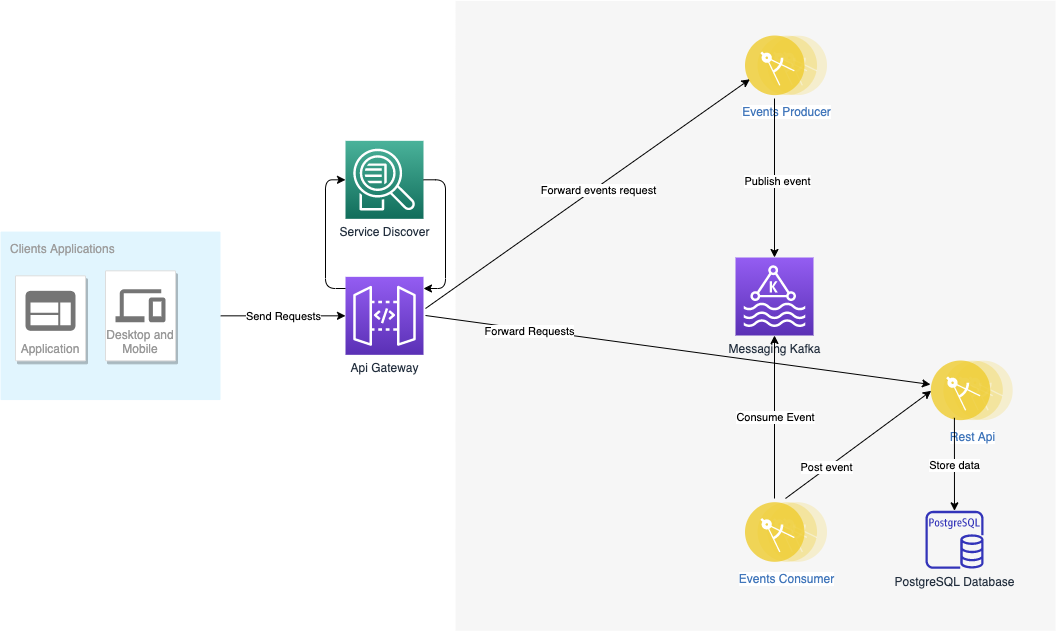
The draw.io diagram A-To-Be-LPR-Solution.png in ergildo/LPR-A-to-Be, before a commit. Source tidied: cells renumbered, new cells last; positions are measured from the earlier drawing's top-left corner, leaving out a move shared by most shapes. The source it was exported from:
```xml
<mxGraphModel background="#ffffff">
  <root>
    <mxCell id="0" />
    <mxCell id="1" parent="0" />
    <mxCell id="2" style="fillColor=#F6F6F6;strokeColor=none;shadow=0;gradientColor=none;fontSize=14;align=left;spacing=10;fontColor=#717171;9E9E9E;verticalAlign=top;spacingTop=-4;fontStyle=0;spacingLeft=40;html=1;" parent="1" vertex="1">
      <mxGeometry x="455" y="0.3" width="600" height="630" as="geometry" />
    </mxCell>
    <mxCell id="3" value="Events Consumer" style="perimeter=ellipsePerimeter;html=1;align=center;shadow=0;dashed=0;fontColor=#4277BB;labelBackgroundColor=#ffffff;fontSize=12;spacingTop=3;image;image=img/lib/ibm/applications/microservice.svg;" parent="2" vertex="1">
      <mxGeometry x="290" y="501.7" width="82.2" height="60" as="geometry" />
    </mxCell>
    <mxCell id="4" value="Messaging Kafka" style="points=[[0,0,0],[0.25,0,0],[0.5,0,0],[0.75,0,0],[1,0,0],[0,1,0],[0.25,1,0],[0.5,1,0],[0.75,1,0],[1,1,0],[0,0.25,0],[0,0.5,0],[0,0.75,0],[1,0.25,0],[1,0.5,0],[1,0.75,0]];outlineConnect=0;fontColor=#232F3E;gradientColor=#945DF2;gradientDirection=north;fillColor=#5A30B5;strokeColor=#ffffff;dashed=0;verticalLabelPosition=bottom;verticalAlign=top;align=center;html=1;fontSize=12;fontStyle=0;shape=mxgraph.aws4.resourceIcon;resIcon=mxgraph.aws4.managed_streaming_for_kafka;" parent="2" vertex="1">
      <mxGeometry x="280" y="256.7" width="78" height="78" as="geometry" />
    </mxCell>
    <mxCell id="5" value="Rest Api" style="perimeter=ellipsePerimeter;html=1;align=center;shadow=0;dashed=0;fontColor=#4277BB;labelBackgroundColor=#ffffff;fontSize=12;spacingTop=3;image;image=img/lib/ibm/applications/microservice.svg;" parent="2" vertex="1">
      <mxGeometry x="475.8" y="360" width="82.2" height="60" as="geometry" />
    </mxCell>
    <mxCell id="6" value="Events Producer" style="perimeter=ellipsePerimeter;html=1;align=center;shadow=0;dashed=0;fontColor=#4277BB;labelBackgroundColor=#ffffff;fontSize=12;spacingTop=3;image;image=img/lib/ibm/applications/microservice.svg;" parent="2" vertex="1">
      <mxGeometry x="290" y="35" width="82.2" height="60" as="geometry" />
    </mxCell>
    <mxCell id="7" style="endArrow=classic;html=1;entryX=0;entryY=0.75;entryDx=0;entryDy=0;" parent="2" edge="1" target="6">
      <mxGeometry relative="1" as="geometry">
        <mxPoint x="-30" y="307.7" as="sourcePoint" />
      </mxGeometry>
    </mxCell>
    <mxCell id="8" value="Forward events request" style="edgeLabel;html=1;align=center;verticalAlign=middle;" parent="7" vertex="1">
      <mxGeometry x="0.05" y="-3" relative="1" as="geometry" />
    </mxCell>
    <mxCell id="9" style="endArrow=classic;html=1;" parent="2" edge="1" target="4">
      <mxGeometry relative="1" as="geometry">
        <mxPoint x="319" y="97.7" as="sourcePoint" />
      </mxGeometry>
    </mxCell>
    <mxCell id="10" value="Publish event" style="edgeLabel;html=1;align=center;verticalAlign=middle;" parent="9" vertex="1">
      <mxGeometry x="0.04" y="2" relative="1" as="geometry" />
    </mxCell>
    <mxCell id="11" style="endArrow=classic;html=1;" parent="2" edge="1" target="4">
      <mxGeometry relative="1" as="geometry">
        <mxPoint x="319" y="497.7" as="sourcePoint" />
      </mxGeometry>
    </mxCell>
    <mxCell id="12" value="Consume Event" style="edgeLabel;html=1;align=center;verticalAlign=middle;" parent="11" vertex="1">
      <mxGeometry relative="1" as="geometry" />
    </mxCell>
    <mxCell id="13" style="endArrow=classic;html=1;entryX=0;entryY=0.5;entryDx=0;entryDy=0;" parent="2" edge="1" target="5">
      <mxGeometry relative="1" as="geometry">
        <mxPoint x="330" y="497.7" as="sourcePoint" />
      </mxGeometry>
    </mxCell>
    <mxCell id="14" value="Post event" style="edgeLabel;html=1;align=center;verticalAlign=middle;" parent="13" vertex="1">
      <mxGeometry x="-0.44" y="1" relative="1" as="geometry" />
    </mxCell>
    <mxCell id="15" value="PostgreSQL Database" style="outlineConnect=0;fontColor=#232F3E;gradientColor=none;fillColor=#3334B9;strokeColor=none;dashed=0;verticalLabelPosition=bottom;verticalAlign=top;align=center;html=1;fontSize=12;fontStyle=0;shape=mxgraph.aws4.rds_postgresql_instance;" parent="2" vertex="1">
      <mxGeometry x="470" y="510" width="58" height="58" as="geometry" />
    </mxCell>
    <mxCell id="16" style="endArrow=classic;html=1;exitX=0.25;exitY=1;exitDx=0;exitDy=0;" parent="2" edge="1" source="5" target="15">
      <mxGeometry relative="1" as="geometry" />
    </mxCell>
    <mxCell id="17" value="Store data" style="edgeLabel;html=1;align=center;verticalAlign=middle;" parent="16" vertex="1">
      <mxGeometry relative="1" as="geometry" />
    </mxCell>
    <mxCell id="18" value="Clients Applications" style="rounded=1;absoluteArcSize=1;arcSize=2;html=1;strokeColor=none;gradientColor=none;shadow=0;dashed=0;fontSize=12;fontColor=#9E9E9E;align=left;verticalAlign=top;spacing=10;spacingTop=-4;fillColor=#E1F5FE;" parent="1" vertex="1">
      <mxGeometry y="231.1" width="220" height="168.5" as="geometry" />
    </mxCell>
    <mxCell id="19" style="endArrow=classic;html=1;" parent="1" edge="1" source="18" target="25">
      <mxGeometry relative="1" as="geometry" />
    </mxCell>
    <mxCell id="20" value="Send Requests" style="edgeLabel;html=1;align=center;verticalAlign=middle;" parent="19" vertex="1">
      <mxGeometry relative="1" as="geometry" />
    </mxCell>
    <mxCell id="21" value="Application" style="strokeColor=#dddddd;shadow=1;strokeWidth=1;rounded=1;absoluteArcSize=1;arcSize=2;labelPosition=center;verticalLabelPosition=middle;align=center;verticalAlign=bottom;spacingLeft=0;fontColor=#999999;fontSize=12;whiteSpace=wrap;spacingBottom=2;" parent="1" vertex="1">
      <mxGeometry x="15" y="275.3" width="70" height="85" as="geometry" />
    </mxCell>
    <mxCell id="22" style="dashed=0;html=1;fillColor=#757575;strokeColor=none;shape=mxgraph.gcp2.application;" parent="21" vertex="1">
      <mxGeometry x="0.5" width="50" height="40" relative="1" as="geometry">
        <mxPoint x="-25" y="15" as="offset" />
      </mxGeometry>
    </mxCell>
    <mxCell id="23" value="Desktop and Mobile" style="strokeColor=#dddddd;shadow=1;strokeWidth=1;rounded=1;absoluteArcSize=1;arcSize=2;labelPosition=center;verticalLabelPosition=middle;align=center;verticalAlign=bottom;spacingLeft=0;fontColor=#999999;fontSize=12;whiteSpace=wrap;spacingBottom=2;" parent="1" vertex="1">
      <mxGeometry x="105" y="270.3" width="70" height="90" as="geometry" />
    </mxCell>
    <mxCell id="24" style="dashed=0;html=1;fillColor=#757575;strokeColor=none;shape=mxgraph.gcp2.desktop_and_mobile;" parent="23" vertex="1">
      <mxGeometry x="0.5" width="50" height="33" relative="1" as="geometry">
        <mxPoint x="-25" y="18.5" as="offset" />
      </mxGeometry>
    </mxCell>
    <mxCell id="25" value="Api Gateway" style="points=[[0,0,0],[0.25,0,0],[0.5,0,0],[0.75,0,0],[1,0,0],[0,1,0],[0.25,1,0],[0.5,1,0],[0.75,1,0],[1,1,0],[0,0.25,0],[0,0.5,0],[0,0.75,0],[1,0.25,0],[1,0.5,0],[1,0.75,0]];outlineConnect=0;fontColor=#232F3E;gradientColor=#945DF2;gradientDirection=north;fillColor=#5A30B5;strokeColor=#ffffff;dashed=0;verticalLabelPosition=bottom;verticalAlign=top;align=center;html=1;fontSize=12;fontStyle=0;shape=mxgraph.aws4.resourceIcon;resIcon=mxgraph.aws4.api_gateway;" parent="1" vertex="1">
      <mxGeometry x="345" y="276.3" width="78" height="78" as="geometry" />
    </mxCell>
    <mxCell id="26" value="Service Discover" style="points=[[0,0,0],[0.25,0,0],[0.5,0,0],[0.75,0,0],[1,0,0],[0,1,0],[0.25,1,0],[0.5,1,0],[0.75,1,0],[1,1,0],[0,0.25,0],[0,0.5,0],[0,0.75,0],[1,0.25,0],[1,0.5,0],[1,0.75,0]];outlineConnect=0;fontColor=#232F3E;gradientColor=#4AB29A;gradientDirection=north;fillColor=#116D5B;strokeColor=#ffffff;dashed=0;verticalLabelPosition=bottom;verticalAlign=top;align=center;html=1;fontSize=12;fontStyle=0;shape=mxgraph.aws4.resourceIcon;resIcon=mxgraph.aws4.application_discovery_service;" parent="1" vertex="1">
      <mxGeometry x="345" y="140.3" width="78" height="78" as="geometry" />
    </mxCell>
    <mxCell id="27" style="edgeStyle=segmentEdgeStyle;endArrow=classic;html=1;entryX=0;entryY=0.5;entryDx=0;entryDy=0;entryPerimeter=0;" parent="1" edge="1" source="25" target="26">
      <mxGeometry relative="1" as="geometry">
        <Array as="points">
          <mxPoint x="325" y="288" />
          <mxPoint x="325" y="179" />
        </Array>
      </mxGeometry>
    </mxCell>
    <mxCell id="28" style="edgeStyle=segmentEdgeStyle;endArrow=classic;html=1;" parent="1" edge="1" source="26" target="25">
      <mxGeometry relative="1" as="geometry">
        <Array as="points">
          <mxPoint x="445" y="179" />
          <mxPoint x="445" y="288" />
        </Array>
      </mxGeometry>
    </mxCell>
    <mxCell id="29" style="endArrow=classic;html=1;entryX=-0.01;entryY=0.394;entryDx=0;entryDy=0;entryPerimeter=0;" parent="1" edge="1" target="5">
      <mxGeometry relative="1" as="geometry">
        <mxPoint x="425" y="315" as="sourcePoint" />
      </mxGeometry>
    </mxCell>
    <mxCell id="30" value="Forward Requests" style="edgeLabel;html=1;align=center;verticalAlign=middle;" parent="29" vertex="1">
      <mxGeometry x="-0.59" y="-1" relative="1" as="geometry" />
    </mxCell>
  </root>
</mxGraphModel>
```
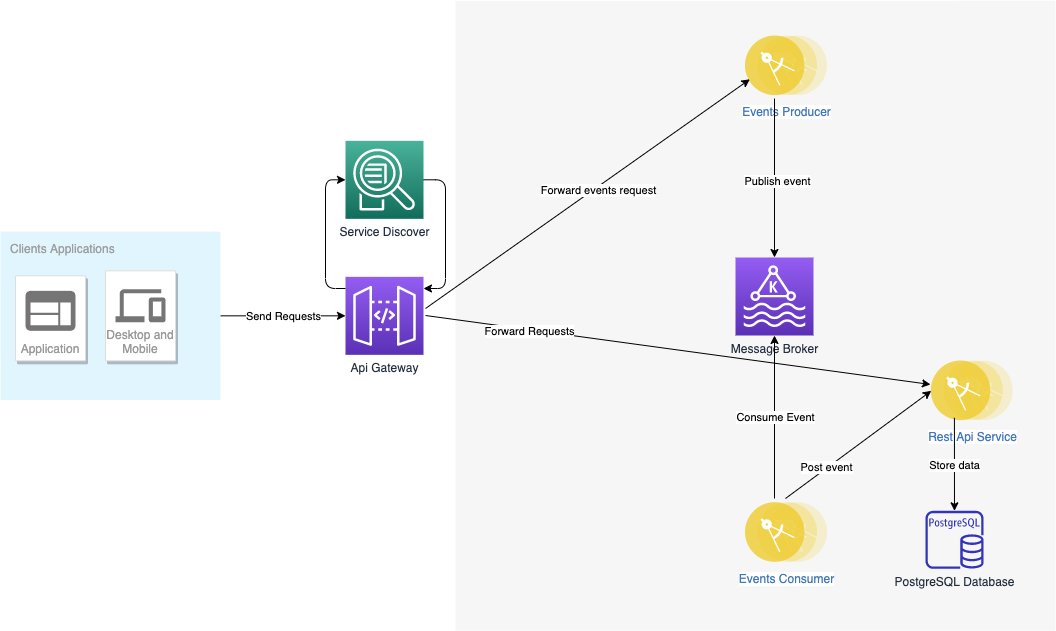
After the change.

Commit message:
Update Architecture Solution Digram

Diff of the diagram source:
```diff
@@ -8,10 +8,10 @@
     <mxCell id="3" value="Events Consumer" style="perimeter=ellipsePerimeter;html=1;align=center;shadow=0;dashed=0;fontColor=#4277BB;labelBackgroundColor=#ffffff;fontSize=12;spacingTop=3;image;image=img/lib/ibm/applications/microservice.svg;" parent="2" vertex="1">
       <mxGeometry x="290" y="501.7" width="82.2" height="60" as="geometry" />
     </mxCell>
-    <mxCell id="4" value="Messaging Kafka" style="points=[[0,0,0],[0.25,0,0],[0.5,0,0],[0.75,0,0],[1,0,0],[0,1,0],[0.25,1,0],[0.5,1,0],[0.75,1,0],[1,1,0],[0,0.25,0],[0,0.5,0],[0,0.75,0],[1,0.25,0],[1,0.5,0],[1,0.75,0]];outlineConnect=0;fontColor=#232F3E;gradientColor=#945DF2;gradientDirection=north;fillColor=#5A30B5;strokeColor=#ffffff;dashed=0;verticalLabelPosition=bottom;verticalAlign=top;align=center;html=1;fontSize=12;fontStyle=0;shape=mxgraph.aws4.resourceIcon;resIcon=mxgraph.aws4.managed_streaming_for_kafka;" parent="2" vertex="1">
+    <mxCell id="4" value="Message Broker" style="points=[[0,0,0],[0.25,0,0],[0.5,0,0],[0.75,0,0],[1,0,0],[0,1,0],[0.25,1,0],[0.5,1,0],[0.75,1,0],[1,1,0],[0,0.25,0],[0,0.5,0],[0,0.75,0],[1,0.25,0],[1,0.5,0],[1,0.75,0]];outlineConnect=0;fontColor=#232F3E;gradientColor=#945DF2;gradientDirection=north;fillColor=#5A30B5;strokeColor=#ffffff;dashed=0;verticalLabelPosition=bottom;verticalAlign=top;align=center;html=1;fontSize=12;fontStyle=0;shape=mxgraph.aws4.resourceIcon;resIcon=mxgraph.aws4.managed_streaming_for_kafka;" parent="2" vertex="1">
       <mxGeometry x="280" y="256.7" width="78" height="78" as="geometry" />
     </mxCell>
-    <mxCell id="5" value="Rest Api" style="perimeter=ellipsePerimeter;html=1;align=center;shadow=0;dashed=0;fontColor=#4277BB;labelBackgroundColor=#ffffff;fontSize=12;spacingTop=3;image;image=img/lib/ibm/applications/microservice.svg;" parent="2" vertex="1">
+    <mxCell id="5" value="Rest Api Service" style="perimeter=ellipsePerimeter;html=1;align=center;shadow=0;dashed=0;fontColor=#4277BB;labelBackgroundColor=#ffffff;fontSize=12;spacingTop=3;image;image=img/lib/ibm/applications/microservice.svg;" parent="2" vertex="1">
       <mxGeometry x="475.8" y="360" width="82.2" height="60" as="geometry" />
     </mxCell>
     <mxCell id="6" value="Events Producer" style="perimeter=ellipsePerimeter;html=1;align=center;shadow=0;dashed=0;fontColor=#4277BB;labelBackgroundColor=#ffffff;fontSize=12;spacingTop=3;image;image=img/lib/ibm/applications/microservice.svg;" parent="2" vertex="1">
```
